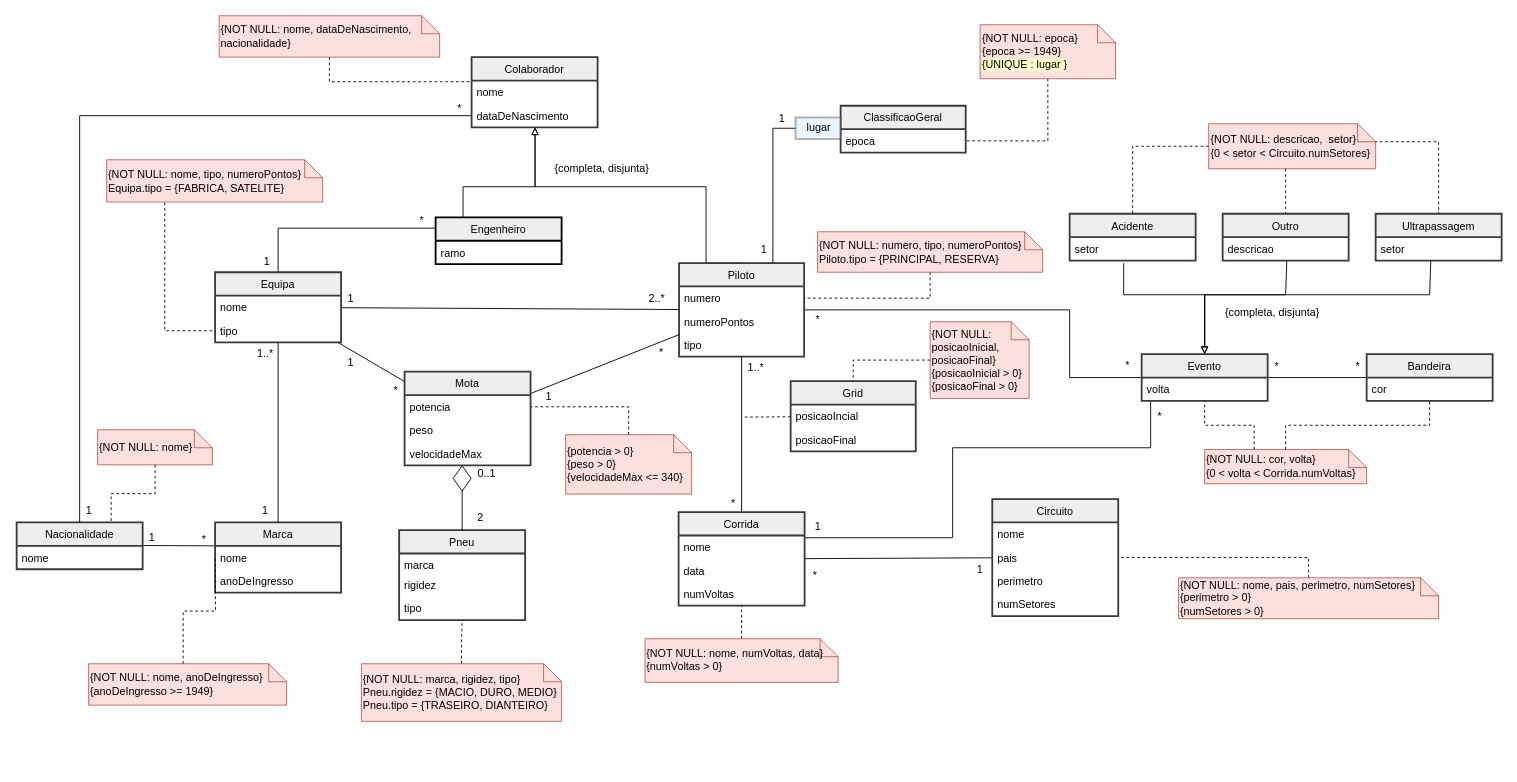
alexandreggc/BD_MotoGP_Project keeps this draw.io diagram as MotoGP-UML-Module.drawio. Above is the earlier version. Source tidied: cells renumbered, new cells numbered last; positions are measured from the earlier drawing's top-left corner, leaving out a move shared by most shapes. Both pictures are drawn from the tidied source at 90%, with x=0, y=0 at pixel (16, 15).
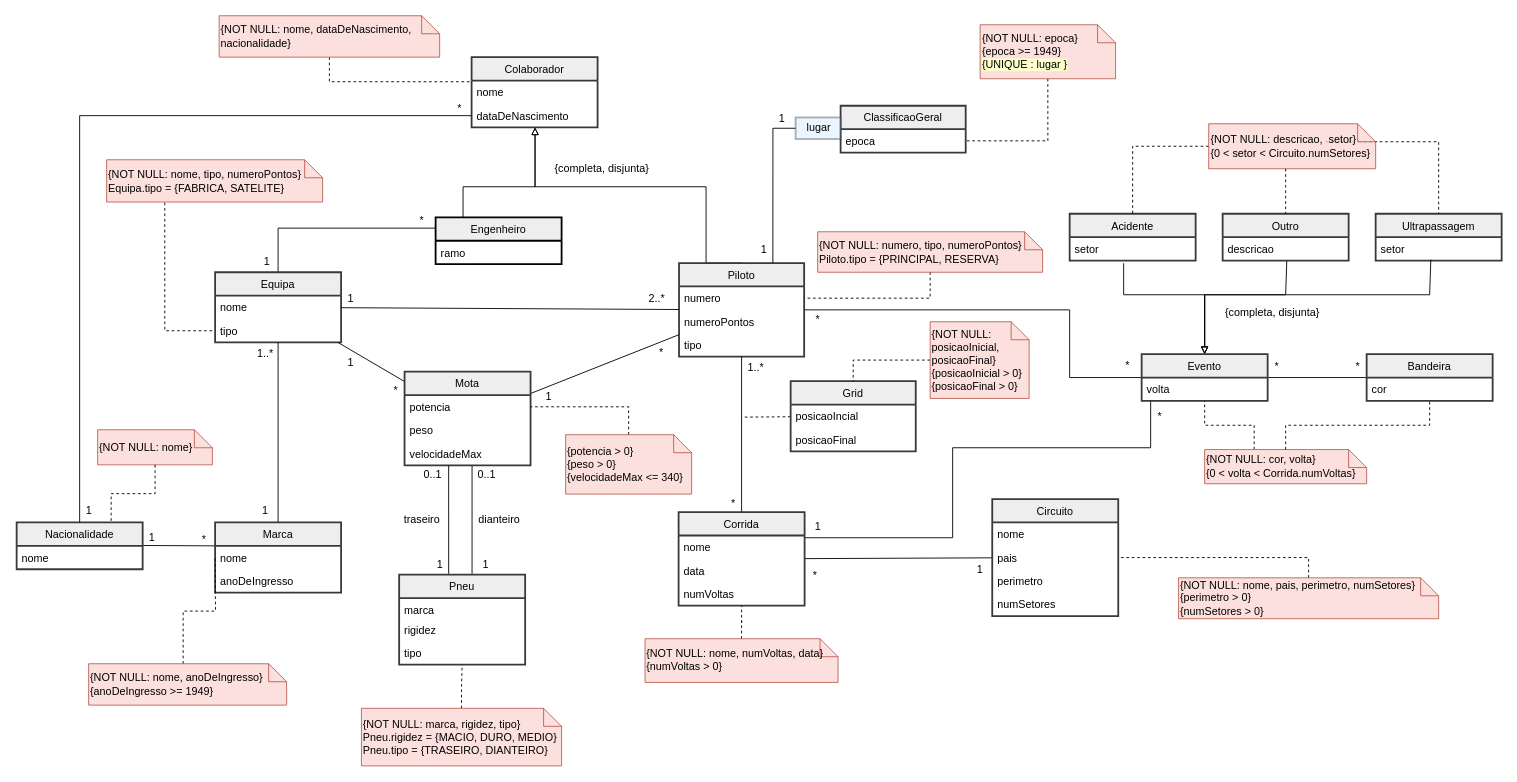
The same page after the edit.

Change to the diagram source:
```diff
@@
     <mxCell id="34" value="Pneu" style="swimlane;fontStyle=0;horizontal=1;startSize=26;fillColor=#eeeeee;strokeWidth=2;strokeColor=#36393d;" parent="1" vertex="1">
-      <mxGeometry x="425" y="571.5" width="140" height="100" as="geometry" />
+      <mxGeometry x="425" y="621" width="140" height="100" as="geometry" />
     </mxCell>
@@
-    <mxCell id="48" value="2" style="text;html=1;align=center;verticalAlign=middle;strokeColor=none;fillColor=none;" parent="1" vertex="1">
-      <mxGeometry x="505" y="547.5" width="20" height="20" as="geometry" />
-    </mxCell>
@@
     <mxCell id="83" value="0..1" style="text;html=1;align=center;verticalAlign=middle;strokeColor=none;fillColor=none;" parent="1" vertex="1">
-      <mxGeometry x="501.5" y="499" width="40" height="20" as="geometry" />
+      <mxGeometry x="501.5" y="500" width="40" height="20" as="geometry" />
     </mxCell>
@@
     <mxCell id="95" value="&lt;div&gt;{NOT NULL: marca, rigidez, tipo}&lt;/div&gt;&lt;div&gt;Pneu.rigidez = {MACIO, DURO, MEDIO}&lt;/div&gt;&lt;div&gt;Pneu.tipo = {TRASEIRO, DIANTEIRO}&lt;/div&gt;" style="shape=note;size=20;whiteSpace=wrap;html=1;align=left;strokeColor=#ae4132;fillColor=#fad9d5;opacity=80;" parent="1" vertex="1">
-      <mxGeometry x="383.1" y="720" width="222.4" height="64" as="geometry" />
+      <mxGeometry x="383.1" y="769.5" width="222.4" height="64" as="geometry" />
     </mxCell>
@@
-    <mxCell id="121" style="rhombus;whiteSpace=wrap;html=1;" parent="1" vertex="1">
-      <mxGeometry x="485" y="500" width="20" height="28" as="geometry" />
-    </mxCell>
-    <mxCell id="122" style="edgeStyle=none;rounded=0;jettySize=auto;html=1;startArrow=none;startFill=0;endArrow=none;endFill=0;strokeColor=default;entryX=0.5;entryY=1;entryDx=0;entryDy=0;" parent="1" edge="1" source="34" target="121">
-      <mxGeometry relative="1" as="geometry" />
+    <mxCell id="122" style="edgeStyle=none;rounded=0;jettySize=auto;html=1;startArrow=none;startFill=0;endArrow=none;endFill=0;strokeColor=default;exitX=0.393;exitY=-0.01;exitDx=0;exitDy=0;exitPerimeter=0;" parent="1" edge="1" source="34">
+      <mxGeometry relative="1" as="geometry">
+        <mxPoint x="480" y="500" as="targetPoint" />
+      </mxGeometry>
     </mxCell>
@@
+    <mxCell id="132" style="edgeStyle=none;rounded=0;orthogonalLoop=1;jettySize=auto;html=1;startArrow=none;startFill=0;endArrow=none;endFill=0;strokeColor=default;" parent="1" edge="1">
+      <mxGeometry relative="1" as="geometry">
+        <mxPoint x="506" y="620" as="sourcePoint" />
+        <mxPoint x="506" y="500" as="targetPoint" />
+      </mxGeometry>
+    </mxCell>
+    <mxCell id="133" value="dianteiro" style="text;html=1;align=center;verticalAlign=middle;strokeColor=none;fillColor=none;" parent="1" vertex="1">
+      <mxGeometry x="505.5" y="550" width="60" height="20" as="geometry" />
+    </mxCell>
+    <mxCell id="134" value="traseiro" style="text;html=1;align=center;verticalAlign=middle;strokeColor=none;fillColor=none;" parent="1" vertex="1">
+      <mxGeometry x="420" y="550" width="60" height="20" as="geometry" />
+    </mxCell>
+    <mxCell id="135" value="1" style="text;html=1;align=center;verticalAlign=middle;strokeColor=none;fillColor=none;" parent="1" vertex="1">
+      <mxGeometry x="510.5" y="599.5" width="20" height="20" as="geometry" />
+    </mxCell>
+    <mxCell id="136" value="1" style="text;html=1;align=center;verticalAlign=middle;strokeColor=none;fillColor=none;" parent="1" vertex="1">
+      <mxGeometry x="460" y="600" width="20" height="20" as="geometry" />
+    </mxCell>
+    <mxCell id="137" value="0..1" style="text;html=1;align=center;verticalAlign=middle;strokeColor=none;fillColor=none;" parent="1" vertex="1">
+      <mxGeometry x="441.5" y="500" width="40" height="20" as="geometry" />
+    </mxCell>
```
